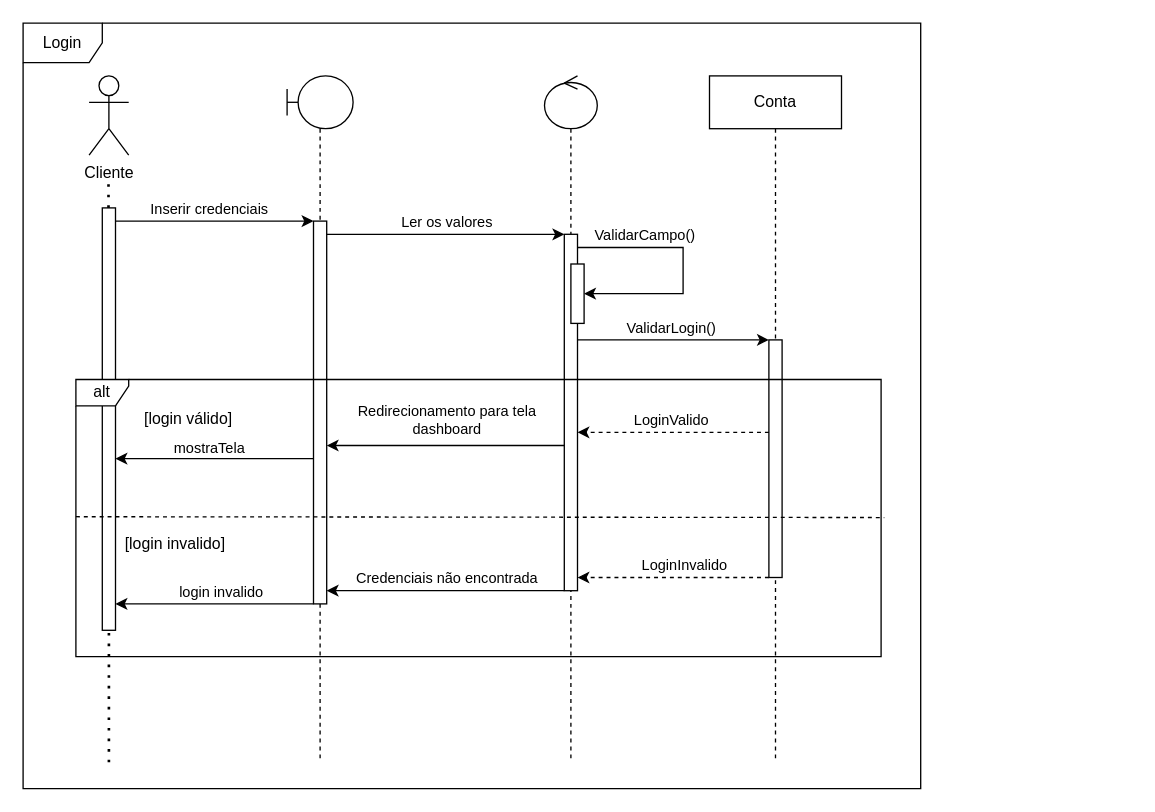
This is Documentação InovaMed/Diagram de sequencia Login.drawio from orodrigoapolo/inovaMed, a draw.io file, before an edit. Source tidied: cells renumbered, new cells numbered last; positions are measured from the earlier drawing's top-left corner, leaving out a move shared by most shapes. Both pictures are drawn from the tidied source at 132%, with x=0, y=0 at pixel (22, 22).
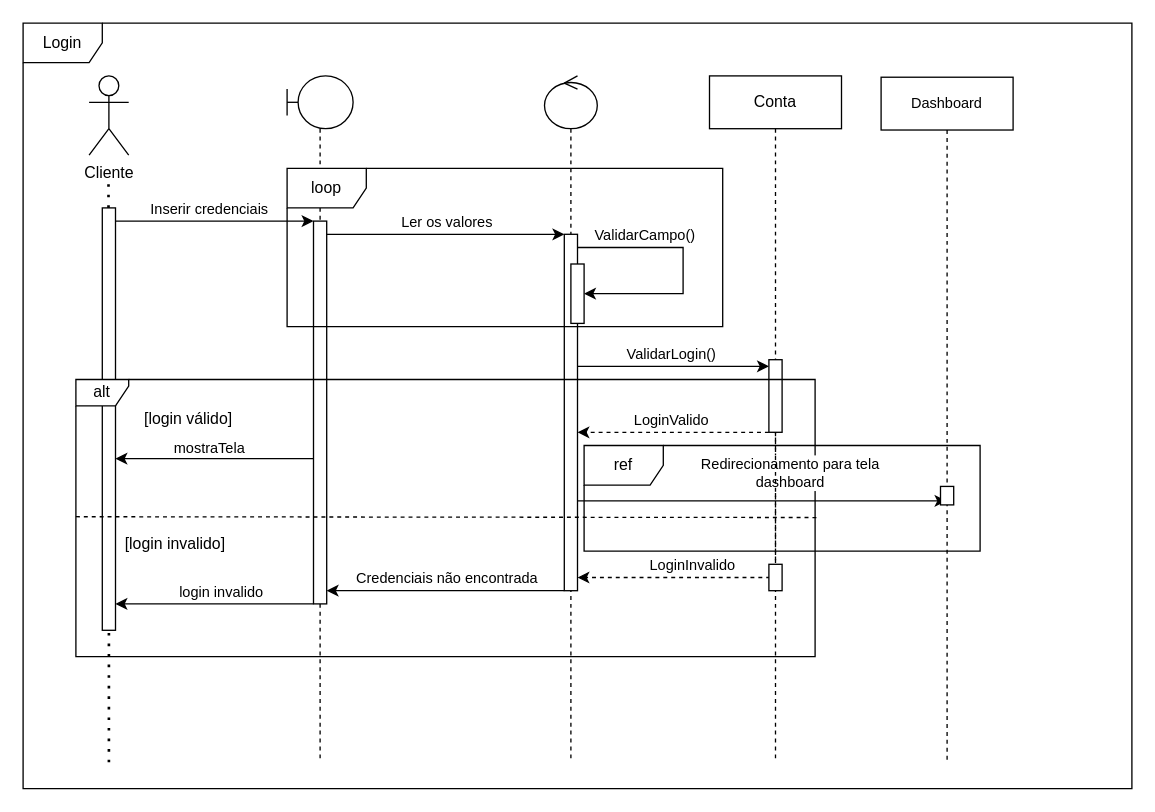
Above is the later version.

Commit message (it also covers changes not shown here):
arrumado os diagramas

Unchanged cells that the change refers to:
```xml
<mxCell id="2" value="Conta" style="shape=umlLifeline;perimeter=lifelinePerimeter;whiteSpace=wrap;html=1;newEdgeStyle={&quot;edgeStyle&quot;:&quot;elbowEdgeStyle&quot;,&quot;elbow&quot;:&quot;vertical&quot;,&quot;curved&quot;:0,&quot;rounded&quot;:0};" parent="1" vertex="1">
  <mxGeometry x="520" y="40" width="100" height="520" as="geometry" />
</mxCell>
<mxCell id="5" style="html=1;points=[];perimeter=orthogonalPerimeter;outlineConnect=0;targetShapes=umlLifeline;portConstraint=eastwest;newEdgeStyle={&quot;edgeStyle&quot;:&quot;elbowEdgeStyle&quot;,&quot;elbow&quot;:&quot;vertical&quot;,&quot;curved&quot;:0,&quot;rounded&quot;:0};" parent="4" vertex="1">
  <mxGeometry x="20" y="110" width="10" height="290" as="geometry" />
</mxCell>
<mxCell id="9" style="html=1;points=[];perimeter=orthogonalPerimeter;outlineConnect=0;targetShapes=umlLifeline;portConstraint=eastwest;newEdgeStyle={&quot;edgeStyle&quot;:&quot;elbowEdgeStyle&quot;,&quot;elbow&quot;:&quot;vertical&quot;,&quot;curved&quot;:0,&quot;rounded&quot;:0};" parent="6" vertex="1">
  <mxGeometry x="15" y="120" width="10" height="270" as="geometry" />
</mxCell>
<mxCell id="31" style="edgeStyle=elbowEdgeStyle;rounded=0;jettySize=auto;html=1;elbow=vertical;curved=0;dashed=1;" parent="1" edge="1" source="3" target="9">
  <mxGeometry relative="1" as="geometry">
    <Array as="points">
      <mxPoint x="490" y="420" />
    </Array>
  </mxGeometry>
</mxCell>
```

What changed in the source:
```diff
@@
     <mxCell id="3" style="html=1;points=[];perimeter=orthogonalPerimeter;outlineConnect=0;targetShapes=umlLifeline;portConstraint=eastwest;newEdgeStyle={&quot;edgeStyle&quot;:&quot;elbowEdgeStyle&quot;,&quot;elbow&quot;:&quot;vertical&quot;,&quot;curved&quot;:0,&quot;rounded&quot;:0};" parent="2" vertex="1">
-      <mxGeometry x="45" y="200" width="10" height="180" as="geometry" />
+      <mxGeometry x="45" y="215" width="10" height="55" as="geometry" />
     </mxCell>
@@
-    <mxCell id="19" style="edgeStyle=elbowEdgeStyle;rounded=0;jettySize=auto;html=1;elbow=vertical;curved=0;" parent="1" edge="1" source="9" target="3">
+    <mxCell id="19" style="edgeStyle=elbowEdgeStyle;rounded=0;jettySize=auto;html=1;elbow=vertical;curved=0;" parent="1" edge="1" target="3">
       <mxGeometry relative="1" as="geometry">
+        <mxPoint x="420" y="260" as="sourcePoint" />
         <Array as="points">
-          <mxPoint x="493" y="240" />
+          <mxPoint x="493" y="260" />
         </Array>
       </mxGeometry>
     </mxCell>
@@
     <mxCell id="21" value="alt" style="shape=umlFrame;whiteSpace=wrap;html=1;width=40;height=20;" parent="1" vertex="1">
-      <mxGeometry x="40" y="270" width="610" height="210" as="geometry" />
+      <mxGeometry x="40" y="270" width="560" height="210" as="geometry" />
     </mxCell>
@@
-    <mxCell id="24" style="edgeStyle=elbowEdgeStyle;rounded=0;jettySize=auto;html=1;elbow=horizontal;curved=0;" parent="1" edge="1" source="9" target="5">
+    <mxCell id="24" style="edgeStyle=elbowEdgeStyle;rounded=0;orthogonalLoop=1;jettySize=auto;html=1;elbow=horizontal;curved=0;" parent="1" edge="1">
       <mxGeometry relative="1" as="geometry">
+        <mxPoint x="420" y="362" as="sourcePoint" />
+        <mxPoint x="699.5" y="362" as="targetPoint" />
         <Array as="points">
-          <mxPoint x="320" y="320" />
+          <mxPoint x="440" y="362" />
         </Array>
       </mxGeometry>
     </mxCell>
@@
     <mxCell id="32" value="LoginInvalido" style="edgeLabel;html=1;align=center;verticalAlign=middle;" parent="31" vertex="1">
       <mxGeometry x="0.25" y="-1" relative="1" as="geometry">
-        <mxPoint x="26" y="-9" as="offset" />
+        <mxPoint x="-11" y="-9" as="offset" />
       </mxGeometry>
     </mxCell>
@@
     <mxCell id="37" value="Login" style="shape=umlFrame;whiteSpace=wrap;html=1;" parent="1" vertex="1">
-      <mxGeometry width="680" height="580" as="geometry" />
+      <mxGeometry width="840" height="580" as="geometry" />
     </mxCell>
+    <mxCell id="38" value="loop" style="shape=umlFrame;whiteSpace=wrap;html=1;" parent="1" vertex="1">
+      <mxGeometry x="200" y="110" width="330" height="120" as="geometry" />
+    </mxCell>
+    <mxCell id="39" style="html=1;perimeter=orthogonalPerimeter;targetShapes=umlLifeline;newEdgeStyle={&quot;edgeStyle&quot;:&quot;elbowEdgeStyle&quot;,&quot;elbow&quot;:&quot;vertical&quot;,&quot;curved&quot;:0,&quot;rounded&quot;:0};" parent="1" vertex="1">
+      <mxGeometry x="565" y="410" width="10" height="20" as="geometry" />
+    </mxCell>
+    <mxCell id="40" value="&lt;span style=&quot;font-size: 11px; text-wrap-mode: nowrap; background-color: rgb(255, 255, 255);&quot;&gt;Dashboard&lt;/span&gt;" style="shape=umlLifeline;perimeter=lifelinePerimeter;whiteSpace=wrap;html=1;newEdgeStyle={&quot;edgeStyle&quot;:&quot;elbowEdgeStyle&quot;,&quot;elbow&quot;:&quot;vertical&quot;,&quot;curved&quot;:0,&quot;rounded&quot;:0};" parent="1" vertex="1">
+      <mxGeometry x="650" y="41" width="100" height="520" as="geometry" />
+    </mxCell>
+    <mxCell id="41" style="html=1;perimeter=orthogonalPerimeter;targetShapes=umlLifeline;newEdgeStyle={&quot;edgeStyle&quot;:&quot;elbowEdgeStyle&quot;,&quot;elbow&quot;:&quot;vertical&quot;,&quot;curved&quot;:0,&quot;rounded&quot;:0};" parent="40" vertex="1">
+      <mxGeometry x="45" y="310" width="10" height="14" as="geometry" />
+    </mxCell>
+    <mxCell id="42" value="ref" style="shape=umlFrame;whiteSpace=wrap;html=1;" parent="1" vertex="1">
+      <mxGeometry x="425" y="320" width="300" height="80" as="geometry" />
+    </mxCell>
```
